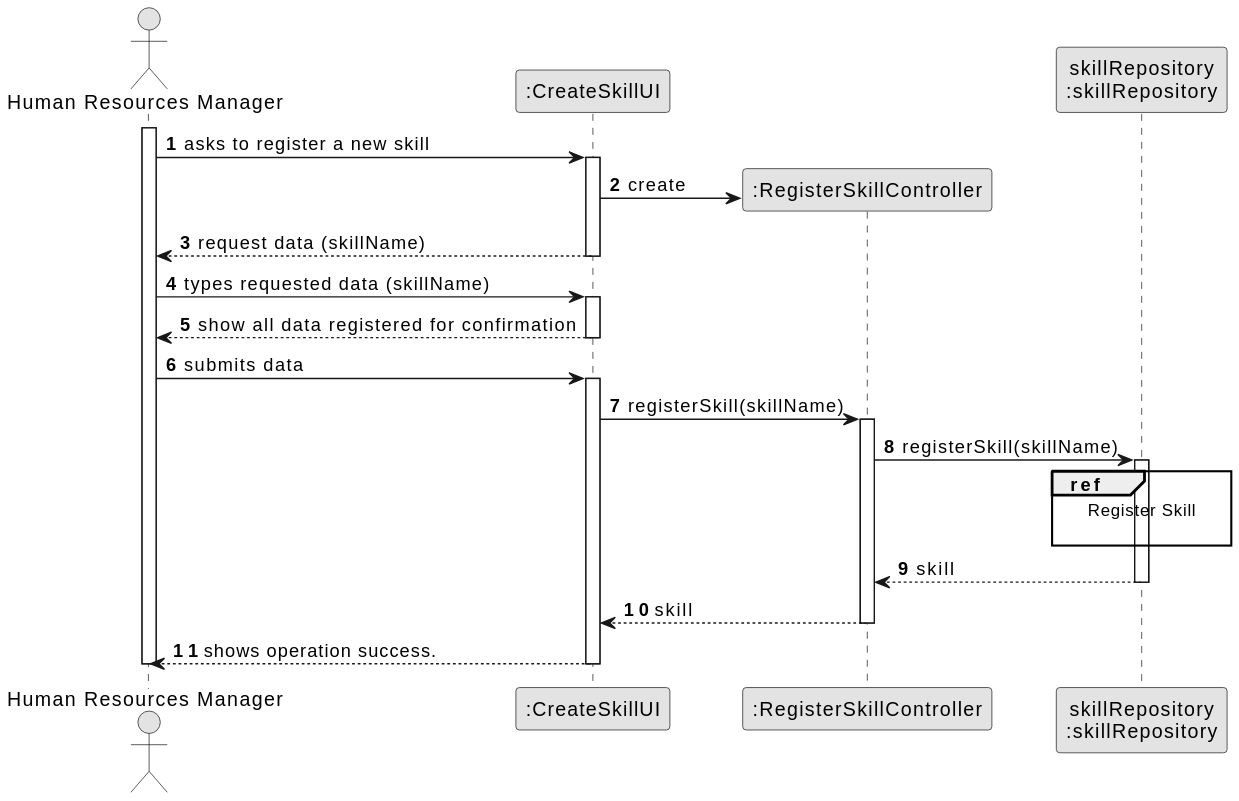
Above: docs/sprintB/us001/03.design/svg/us001-sequence-diagram-split.svg in SAEmanuel/Green_Spaces_Management_ISEP (PlantUML), before the change.
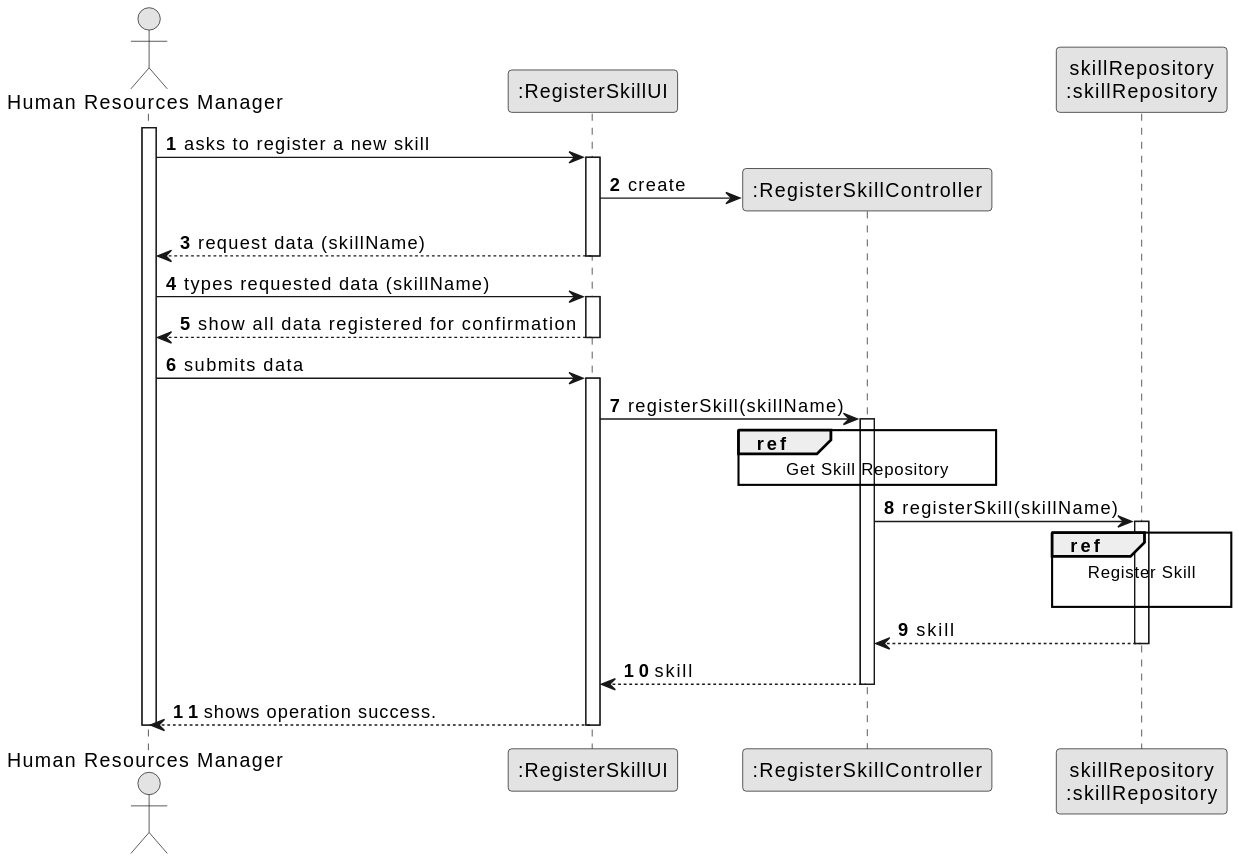
After the commit.

Change to the diagram source:
```diff
@@ -6,7 +6,7 @@
 autonumber
 
 actor "Human Resources Manager" as ADM
-participant ":CreateSkillUI" as UI
+participant ":RegisterSkillUI" as UI
 participant ":RegisterSkillController" as CTRL
 participant "skillRepository\n:skillRepository" as skillRepository
 
@@ -38,6 +38,9 @@
 
         UI -> CTRL : registerSkill(skillName)
         activate CTRL
+        ref over CTRL
+            Get Skill Repository
+        end
 
 
 
```
